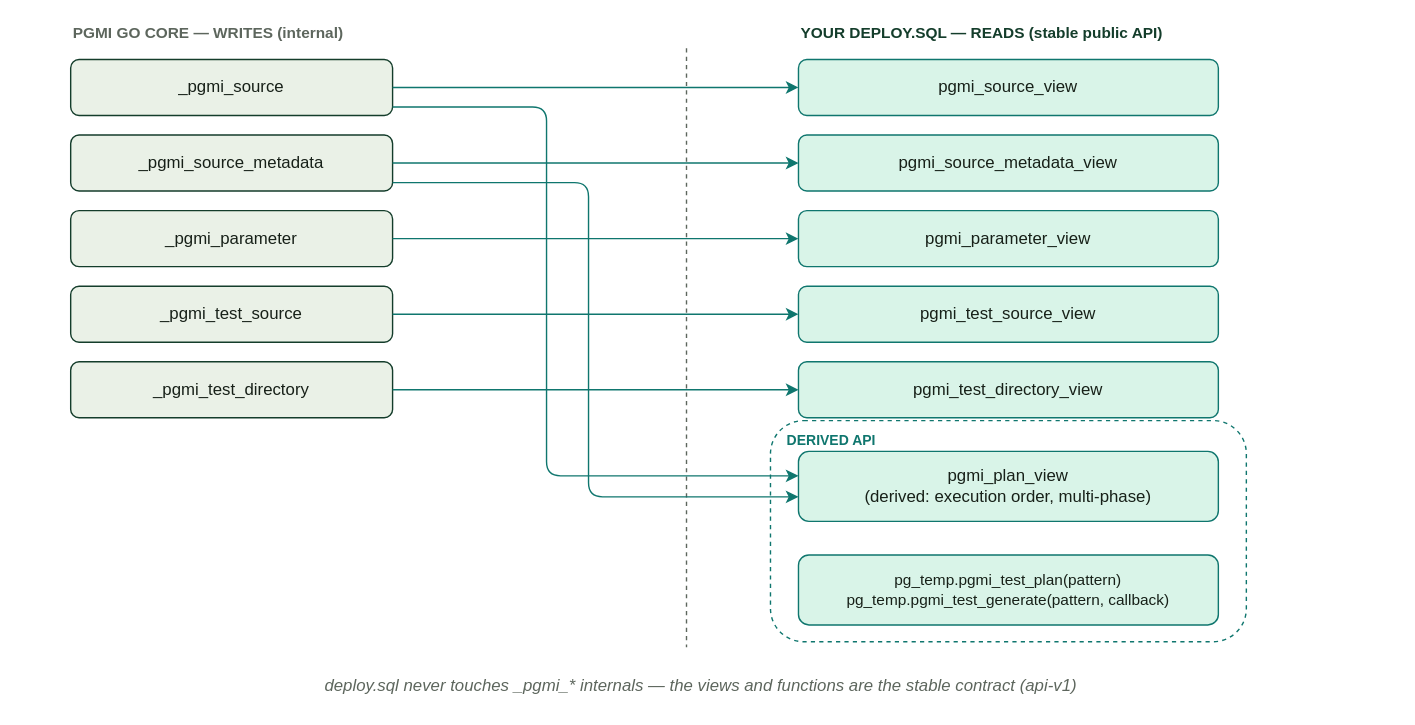
Above: docs/diagrams/d03-session-api-surface.drawio.svg in vvka-141/pgmi (draw.io), before the change. Source tidied: cells renumbered, new cells last; positions are measured from the earlier drawing's top-left corner, leaving out a move shared by most shapes.
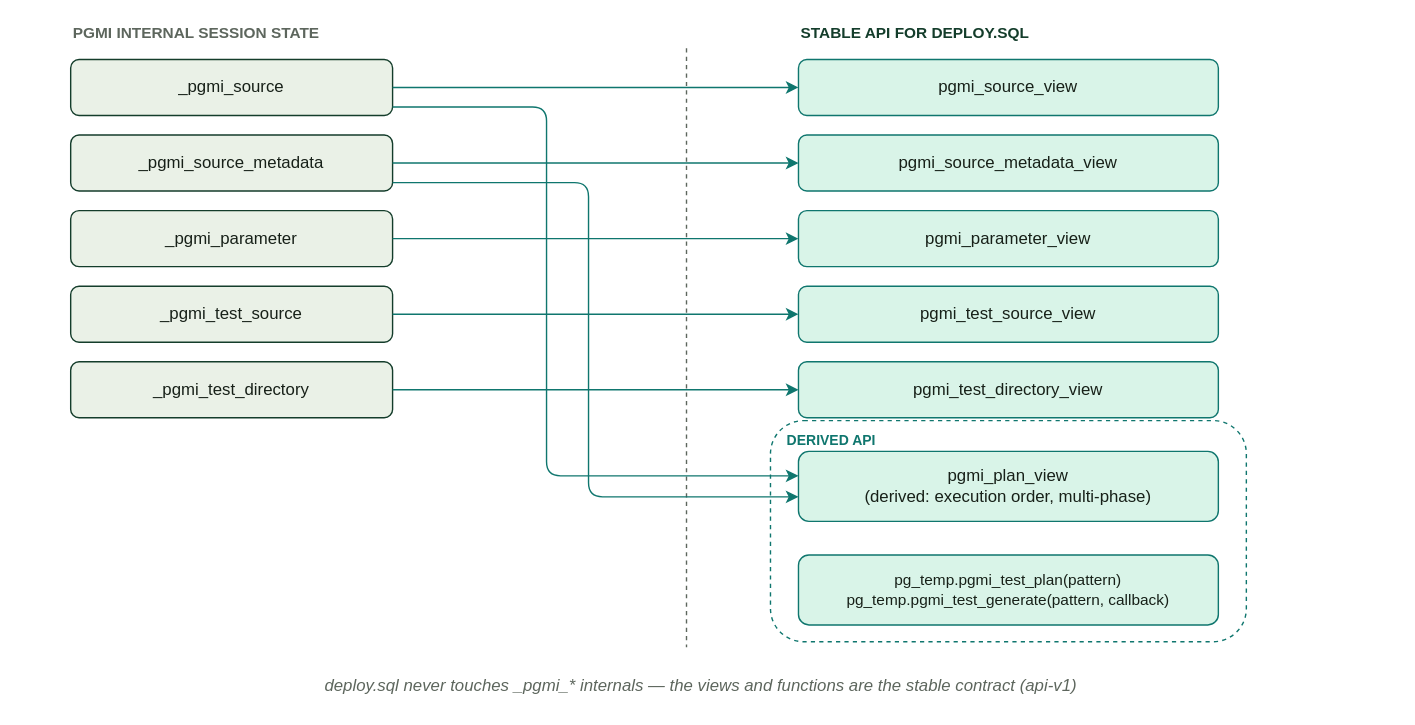
Later version of the same file.

Diff of the diagram source:
```diff
@@ -2,10 +2,10 @@
   <root>
     <mxCell id="0" />
     <mxCell id="1" parent="0" />
-    <mxCell id="2" value="PGMI GO CORE — WRITES (internal)" style="text;html=1;align=left;fontStyle=1;fontSize=11;fontColor=#5d665d;" parent="1" vertex="1">
+    <mxCell id="2" value="PGMI INTERNAL SESSION STATE" style="text;html=1;align=left;fontStyle=1;fontSize=11;fontColor=#5d665d;" parent="1" vertex="1">
       <mxGeometry x="40" width="300" height="20" as="geometry" />
     </mxCell>
-    <mxCell id="3" value="YOUR DEPLOY.SQL — READS (stable public API)" style="text;html=1;align=left;fontStyle=1;fontSize=11;fontColor=#143d2b;" parent="1" vertex="1">
+    <mxCell id="3" value="STABLE API FOR DEPLOY.SQL" style="text;html=1;align=left;fontStyle=1;fontSize=11;fontColor=#143d2b;" parent="1" vertex="1">
       <mxGeometry x="560" width="360" height="20" as="geometry" />
     </mxCell>
     <mxCell id="4" style="html=1;endArrow=none;dashed=1;strokeColor=#5d665d;" parent="1" edge="1">
```
